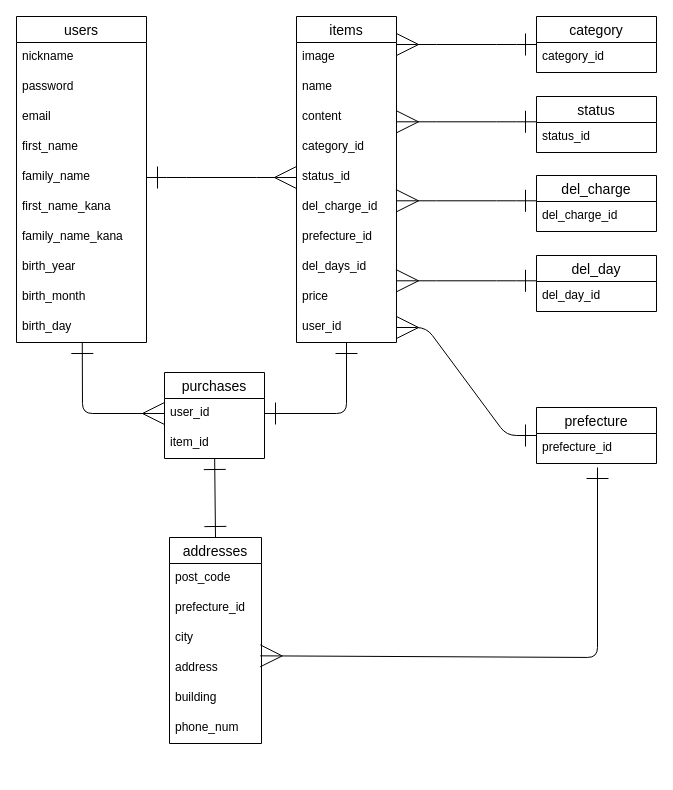
Above: furima-er.dio in samape/furima-37831 (draw.io), before the change. Source tidied: cells renumbered, new cells numbered last; positions are measured from the earlier drawing's top-left corner, leaving out a move shared by most shapes. Both pictures are drawn from the tidied source at 100%, with x=0, y=0 at pixel (16, 16).
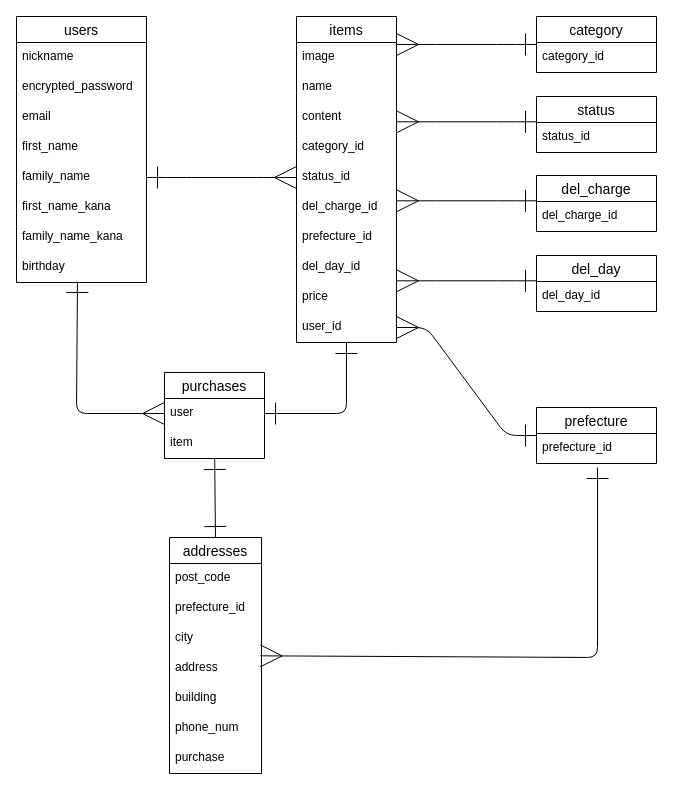
After the change.

Commit message (it also covers changes not shown here):
データベース設計　修正_4

The change refers to these unchanged cells:
```xml
<mxCell id="13" value="items" style="swimlane;fontStyle=0;horizontal=1;startSize=26;align=center;fontSize=14;" parent="1" vertex="1">
  <mxGeometry x="280" width="100" height="326" as="geometry" />
</mxCell>
<mxCell id="24" value="purchases" style="swimlane;fontStyle=0;horizontal=1;startSize=26;align=center;fontSize=14;" parent="1" vertex="1">
  <mxGeometry x="148" y="356" width="100" height="86" as="geometry" />
</mxCell>
```

What changed in the source:
```diff
@@
     <mxCell id="2" value="users" style="swimlane;fontStyle=0;horizontal=1;startSize=26;align=center;fontSize=14;" parent="1" vertex="1">
-      <mxGeometry width="130" height="326" as="geometry" />
+      <mxGeometry width="130" height="266" as="geometry" />
     </mxCell>
@@
-    <mxCell id="4" value="password" style="text;strokeColor=none;fillColor=none;spacingLeft=4;spacingRight=4;overflow=hidden;fontSize=12;" parent="2" vertex="1">
+    <mxCell id="4" value="encrypted_password" style="text;strokeColor=none;fillColor=none;spacingLeft=4;spacingRight=4;overflow=hidden;fontSize=12;" parent="2" vertex="1">
       <mxGeometry y="56" width="130" height="30" as="geometry" />
     </mxCell>
@@
-    <mxCell id="10" value="birth_year" style="text;strokeColor=none;fillColor=none;spacingLeft=4;spacingRight=4;overflow=hidden;points=[[0,0.5],[1,0.5]];portConstraint=eastwest;fontSize=12;" parent="2" vertex="1">
+    <mxCell id="10" value="birthday" style="text;strokeColor=none;fillColor=none;spacingLeft=4;spacingRight=4;overflow=hidden;points=[[0,0.5],[1,0.5]];portConstraint=eastwest;fontSize=12;" parent="2" vertex="1">
       <mxGeometry y="236" width="130" height="30" as="geometry" />
     </mxCell>
-    <mxCell id="11" value="birth_month" style="text;strokeColor=none;fillColor=none;spacingLeft=4;spacingRight=4;overflow=hidden;fontSize=12;" parent="2" vertex="1">
-      <mxGeometry y="266" width="130" height="30" as="geometry" />
-    </mxCell>
-    <mxCell id="12" value="birth_day" style="text;strokeColor=none;fillColor=none;spacingLeft=4;spacingRight=4;overflow=hidden;points=[[0,0.5],[1,0.5]];portConstraint=eastwest;fontSize=12;" parent="2" vertex="1">
-      <mxGeometry y="296" width="130" height="30" as="geometry" />
-    </mxCell>
@@
-    <mxCell id="21" value="del_days_id" style="text;strokeColor=none;fillColor=none;spacingLeft=4;spacingRight=4;overflow=hidden;fontSize=12;" parent="13" vertex="1">
+    <mxCell id="21" value="del_day_id" style="text;strokeColor=none;fillColor=none;spacingLeft=4;spacingRight=4;overflow=hidden;fontSize=12;" parent="13" vertex="1">
       <mxGeometry y="236" width="100" height="30" as="geometry" />
     </mxCell>
@@
-    <mxCell id="25" value="user_id" style="text;strokeColor=none;fillColor=none;spacingLeft=4;spacingRight=4;overflow=hidden;points=[[0,0.5],[1,0.5]];portConstraint=eastwest;fontSize=12;" parent="24" vertex="1">
+    <mxCell id="25" value="user" style="text;strokeColor=none;fillColor=none;spacingLeft=4;spacingRight=4;overflow=hidden;points=[[0,0.5],[1,0.5]];portConstraint=eastwest;fontSize=12;" parent="24" vertex="1">
       <mxGeometry y="26" width="100" height="30" as="geometry" />
     </mxCell>
-    <mxCell id="26" value="item_id" style="text;strokeColor=none;fillColor=none;spacingLeft=4;spacingRight=4;overflow=hidden;points=[[0,0.5],[1,0.5]];portConstraint=eastwest;fontSize=12;" parent="24" vertex="1">
+    <mxCell id="26" value="item" style="text;strokeColor=none;fillColor=none;spacingLeft=4;spacingRight=4;overflow=hidden;points=[[0,0.5],[1,0.5]];portConstraint=eastwest;fontSize=12;" parent="24" vertex="1">
       <mxGeometry y="56" width="100" height="30" as="geometry" />
     </mxCell>
     <mxCell id="27" value="addresses" style="swimlane;fontStyle=0;horizontal=1;startSize=26;align=center;fontSize=14;" parent="1" vertex="1">
-      <mxGeometry x="153" y="521" width="92" height="206" as="geometry" />
+      <mxGeometry x="153" y="521" width="92" height="236" as="geometry" />
     </mxCell>
@@
+    <mxCell id="54" value="purchase" style="text;strokeColor=none;fillColor=none;spacingLeft=4;spacingRight=4;overflow=hidden;fontSize=12;" parent="27" vertex="1">
+      <mxGeometry y="206" width="92" height="30" as="geometry" />
+    </mxCell>
@@
-    <mxCell id="35" style="fontSize=12;html=1;endArrow=ERmany;startArrow=ERone;startFill=0;startSize=20;endSize=20;targetPerimeterSpacing=0;exitX=0.506;exitY=1;exitDx=0;exitDy=0;exitPerimeter=0;entryX=0;entryY=0.5;entryDx=0;entryDy=0;" parent="1" edge="1" source="12" target="25">
+    <mxCell id="35" style="fontSize=12;html=1;endArrow=ERmany;startArrow=ERone;startFill=0;startSize=20;endSize=20;targetPerimeterSpacing=0;entryX=0;entryY=0.5;entryDx=0;entryDy=0;exitX=0.469;exitY=0.967;exitDx=0;exitDy=0;exitPerimeter=0;" parent="1" edge="1" source="10" target="25">
       <mxGeometry relative="1" as="geometry">
         <Array as="points">
-          <mxPoint x="66" y="397" />
+          <mxPoint x="60" y="397" />
         </Array>
       </mxGeometry>
     </mxCell>
```
